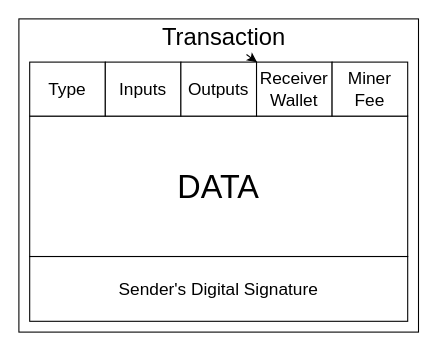
The draw.io diagram Diagrams/Transaction.drawio in MlgEpicBanana69/dreamveil, before the edit. Source tidied: cells renumbered, new cells numbered last; positions are measured from the earlier drawing's top-left corner, leaving out a move shared by most shapes. Both pictures are drawn from the tidied source at 108%, with x=0, y=0 at pixel (18, 18).
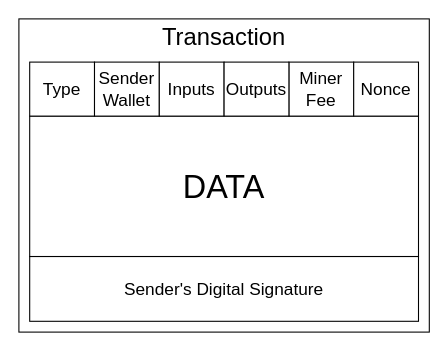
The same page after the edit.

Commit message (it also covers changes not shown here):
Started dreamveil privacy remodel

What changed in the source:
```diff
@@
 <mxGraphModel>
   <root>
     <mxCell id="0" />
     <mxCell id="1" parent="0" />
     <mxCell id="2" style="rounded=0;whiteSpace=wrap;html=1;" parent="1" vertex="1">
-      <mxGeometry width="370" height="290" as="geometry" />
+      <mxGeometry width="380" height="290" as="geometry" />
     </mxCell>
     <mxCell id="3" value="&lt;span&gt;&lt;font style=&quot;font-size: 16px&quot;&gt;Sender's Digital Signature&lt;/font&gt;&lt;/span&gt;" style="rounded=0;whiteSpace=wrap;html=1;" parent="1" vertex="1">
-      <mxGeometry x="10" y="220" width="350" height="60" as="geometry" />
+      <mxGeometry x="10" y="220" width="360" height="60" as="geometry" />
     </mxCell>
     <mxCell id="4" value="&lt;font style=&quot;font-size: 30px&quot;&gt;DATA&lt;/font&gt;" style="rounded=0;whiteSpace=wrap;html=1;" parent="1" vertex="1">
-      <mxGeometry x="10" y="90" width="350" height="130" as="geometry" />
+      <mxGeometry x="10" y="90" width="360" height="130" as="geometry" />
     </mxCell>
-    <mxCell id="5" style="edgeStyle=none;html=1;" parent="1" edge="1" source="6" target="9">
-      <mxGeometry relative="1" as="geometry" />
-    </mxCell>
     <mxCell id="6" value="&lt;font style=&quot;font-size: 22px;&quot;&gt;Transaction&lt;/font&gt;" style="text;html=1;strokeColor=none;fillColor=none;align=center;verticalAlign=middle;whiteSpace=wrap;rounded=0;fontSize=22;" parent="1" vertex="1">
       <mxGeometry x="115" y="3" width="150" height="30" as="geometry" />
     </mxCell>
     <mxCell id="7" value="Type" style="rounded=0;whiteSpace=wrap;html=1;fontSize=16;" parent="1" vertex="1">
-      <mxGeometry x="10" y="40" width="70" height="50" as="geometry" />
+      <mxGeometry x="10" y="40" width="60" height="50" as="geometry" />
     </mxCell>
-    <mxCell id="8" value="Inputs" style="rounded=0;whiteSpace=wrap;html=1;fontSize=16;" parent="1" vertex="1">
-      <mxGeometry x="80" y="40" width="70" height="50" as="geometry" />
+    <mxCell id="8" value="Sender&lt;br style=&quot;font-size: 16px;&quot;&gt;Wallet" style="rounded=0;whiteSpace=wrap;html=1;fontSize=16;" parent="1" vertex="1">
+      <mxGeometry x="70" y="40" width="60" height="50" as="geometry" />
     </mxCell>
-    <mxCell id="9" value="Receiver&lt;br style=&quot;font-size: 16px;&quot;&gt;Wallet" style="rounded=0;whiteSpace=wrap;html=1;fontSize=16;" parent="1" vertex="1">
-      <mxGeometry x="220" y="40" width="70" height="50" as="geometry" />
+    <mxCell id="9" value="Inputs" style="rounded=0;whiteSpace=wrap;html=1;fontSize=16;" parent="1" vertex="1">
+      <mxGeometry x="130" y="40" width="60" height="50" as="geometry" />
     </mxCell>
     <mxCell id="10" value="Miner Fee" style="rounded=0;whiteSpace=wrap;html=1;fontSize=16;" parent="1" vertex="1">
-      <mxGeometry x="290" y="40" width="70" height="50" as="geometry" />
+      <mxGeometry x="250" y="40" width="60" height="50" as="geometry" />
     </mxCell>
     <mxCell id="11" value="Outputs" style="rounded=0;whiteSpace=wrap;html=1;fontSize=16;" parent="1" vertex="1">
-      <mxGeometry x="150" y="40" width="70" height="50" as="geometry" />
+      <mxGeometry x="190" y="40" width="60" height="50" as="geometry" />
     </mxCell>
+    <mxCell id="12" value="Nonce" style="rounded=0;whiteSpace=wrap;html=1;fontSize=16;" parent="1" vertex="1">
+      <mxGeometry x="310" y="40" width="60" height="50" as="geometry" />
+    </mxCell>
   </root>
 </mxGraphModel>
```
